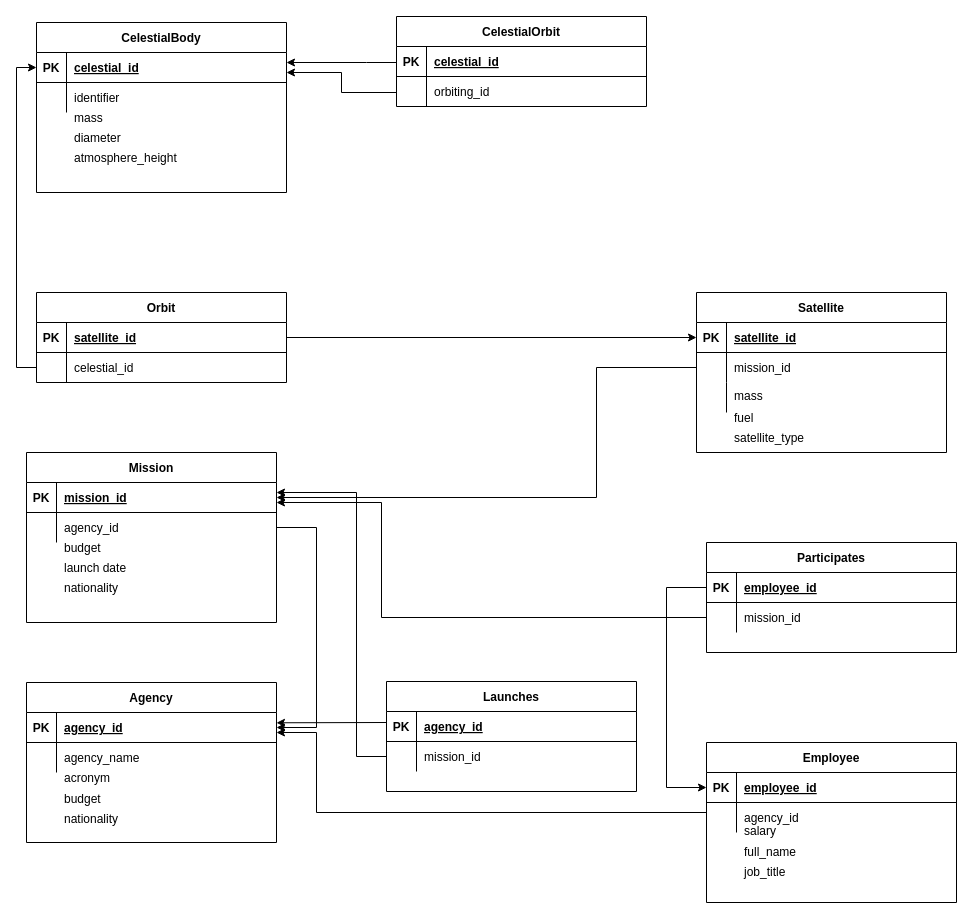
Above: logical_design.drawio in tacecapSx/satellite-database (draw.io), before the change. Source tidied: cells renumbered, new cells numbered last; positions are measured from the earlier drawing's top-left corner, leaving out a move shared by most shapes. Both pictures are drawn from the tidied source at 100%, with x=0, y=0 at pixel (16, 16).
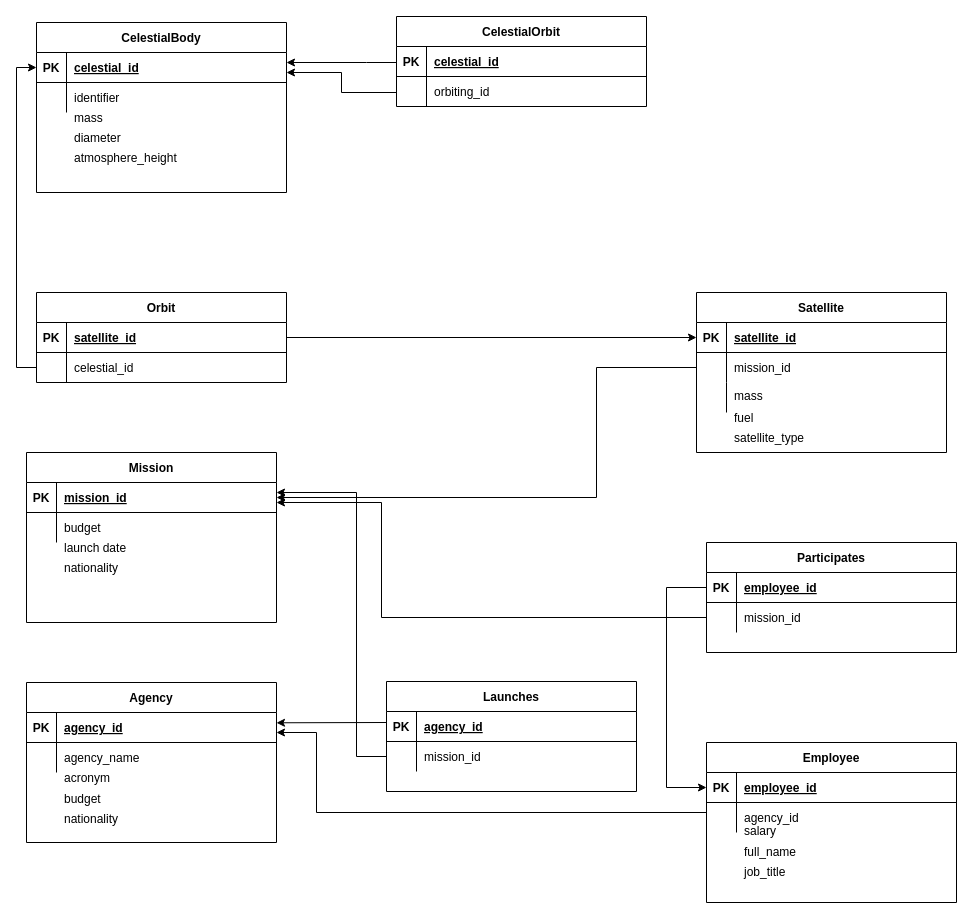
The same page after the edit.

Commit message:
removed agency_id foreign key from mission in logical design

The change refers to these unchanged cells:
```xml
<mxCell id="30" style="shape=partialRectangle;fillColor=none;points=[[0,0.5],[1,0.5]];portConstraint=eastwest;top=0;left=0;right=0;bottom=0;" parent="26" vertex="1">
  <mxGeometry y="60" width="250" height="30" as="geometry" />
</mxCell>
<mxCell id="55" style="shape=partialRectangle;fillColor=none;top=0;left=0;right=0;bottom=0;" parent="1" vertex="1">
  <mxGeometry x="10" y="516" width="250" height="30" as="geometry" />
</mxCell>
<mxCell id="58" style="shape=partialRectangle;fillColor=none;top=0;left=0;right=0;bottom=0;" parent="1" vertex="1">
  <mxGeometry x="10" y="536" width="250" height="30" as="geometry" />
</mxCell>
<mxCell id="67" style="shape=partialRectangle;fillColor=none;points=[[0,0.5],[1,0.5]];portConstraint=eastwest;top=0;left=0;right=0;bottom=1;" parent="66" vertex="1">
  <mxGeometry y="30" width="250" height="30" as="geometry" />
</mxCell>
<mxCell id="96" style="shape=partialRectangle;fillColor=none;top=0;left=0;right=0;bottom=0;" parent="1" vertex="1">
  <mxGeometry x="10" y="556" width="250" height="30" as="geometry" />
</mxCell>
```

Change to the diagram source:
```diff
@@
-    <mxCell id="32" value="agency_id" style="shape=partialRectangle;overflow=hidden;fillColor=none;top=0;left=0;bottom=0;right=0;align=left;spacingLeft=6;" parent="30" vertex="1">
+    <mxCell id="32" value="budget" style="shape=partialRectangle;overflow=hidden;fillColor=none;top=0;left=0;bottom=0;right=0;align=left;spacingLeft=6;" parent="30" vertex="1">
       <mxGeometry x="30" width="220" height="30" as="geometry" />
     </mxCell>
@@
-    <mxCell id="54" style="edgeStyle=orthogonalEdgeStyle;rounded=0;jettySize=auto;html=1;" parent="1" edge="1" source="30" target="67">
-      <mxGeometry relative="1" as="geometry">
-        <Array as="points">
-          <mxPoint x="300" y="511" />
-          <mxPoint x="300" y="711" />
-        </Array>
-      </mxGeometry>
-    </mxCell>
@@
-    <mxCell id="57" value="budget" style="shape=partialRectangle;overflow=hidden;fillColor=none;top=0;left=0;bottom=0;right=0;align=left;spacingLeft=6;" parent="55" vertex="1">
+    <mxCell id="57" value="launch date" style="shape=partialRectangle;overflow=hidden;fillColor=none;top=0;left=0;bottom=0;right=0;align=left;spacingLeft=6;" parent="55" vertex="1">
       <mxGeometry x="30" width="220" height="30" as="geometry" />
     </mxCell>
@@
-    <mxCell id="60" value="launch date" style="shape=partialRectangle;overflow=hidden;fillColor=none;top=0;left=0;bottom=0;right=0;align=left;spacingLeft=6;" parent="58" vertex="1">
+    <mxCell id="60" value="nationality" style="shape=partialRectangle;overflow=hidden;fillColor=none;top=0;left=0;bottom=0;right=0;align=left;spacingLeft=6;" parent="58" vertex="1">
       <mxGeometry x="30" width="220" height="30" as="geometry" />
     </mxCell>
@@
-    <mxCell id="98" value="nationality" style="shape=partialRectangle;overflow=hidden;fillColor=none;top=0;left=0;bottom=0;right=0;align=left;spacingLeft=6;" parent="96" vertex="1">
+    <mxCell id="98" style="shape=partialRectangle;overflow=hidden;fillColor=none;top=0;left=0;bottom=0;right=0;align=left;spacingLeft=6;" parent="96" vertex="1">
       <mxGeometry x="30" width="220" height="30" as="geometry" />
     </mxCell>
```
